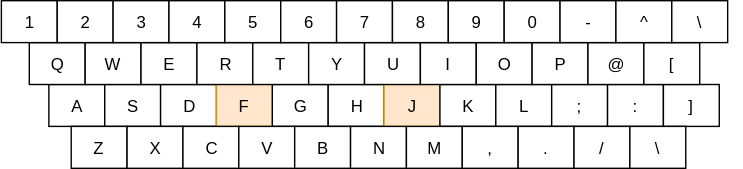
This is layout_image.drawio.svg from funatsufumiya/pc-f-layout, a draw.io export, as it was before one commit. Source tidied: cells renumbered, new cells last; positions are measured from the earlier drawing's top-left corner, leaving out a move shared by most shapes.
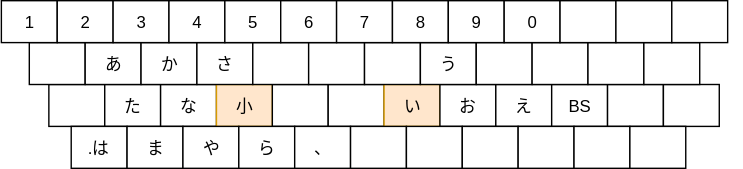
The same diagram one commit later.

The edit, as a diff of the source:
```diff
@@ -2,76 +2,76 @@
   <root>
     <mxCell id="0" />
     <mxCell id="1" parent="0" />
-    <mxCell id="2" value="A" style="rounded=0;whiteSpace=wrap;html=1;" parent="1" vertex="1">
+    <mxCell id="2" style="rounded=0;whiteSpace=wrap;html=1;" parent="1" vertex="1">
       <mxGeometry x="34" y="60" width="40" height="30" as="geometry" />
     </mxCell>
-    <mxCell id="3" value="S" style="rounded=0;whiteSpace=wrap;html=1;" parent="1" vertex="1">
+    <mxCell id="3" value="た" style="rounded=0;whiteSpace=wrap;html=1;" parent="1" vertex="1">
       <mxGeometry x="74" y="60" width="40" height="30" as="geometry" />
     </mxCell>
-    <mxCell id="4" value="D" style="rounded=0;whiteSpace=wrap;html=1;" parent="1" vertex="1">
+    <mxCell id="4" value="な" style="rounded=0;whiteSpace=wrap;html=1;" parent="1" vertex="1">
       <mxGeometry x="114" y="60" width="40" height="30" as="geometry" />
     </mxCell>
-    <mxCell id="5" value="F" style="rounded=0;whiteSpace=wrap;html=1;fillColor=#ffe6cc;strokeColor=#d79b00;" parent="1" vertex="1">
+    <mxCell id="5" value="小" style="rounded=0;whiteSpace=wrap;html=1;fillColor=#ffe6cc;strokeColor=#d79b00;" parent="1" vertex="1">
       <mxGeometry x="154" y="60" width="40" height="30" as="geometry" />
     </mxCell>
-    <mxCell id="6" value="G" style="rounded=0;whiteSpace=wrap;html=1;" parent="1" vertex="1">
+    <mxCell id="6" style="rounded=0;whiteSpace=wrap;html=1;" parent="1" vertex="1">
       <mxGeometry x="194" y="60" width="40" height="30" as="geometry" />
     </mxCell>
-    <mxCell id="7" value="H" style="rounded=0;whiteSpace=wrap;html=1;" parent="1" vertex="1">
+    <mxCell id="7" style="rounded=0;whiteSpace=wrap;html=1;" parent="1" vertex="1">
       <mxGeometry x="234" y="60" width="40" height="30" as="geometry" />
     </mxCell>
-    <mxCell id="8" value="J" style="rounded=0;whiteSpace=wrap;html=1;fillColor=#ffe6cc;strokeColor=#d79b00;" parent="1" vertex="1">
+    <mxCell id="8" value="い" style="rounded=0;whiteSpace=wrap;html=1;fillColor=#ffe6cc;strokeColor=#d79b00;" parent="1" vertex="1">
       <mxGeometry x="274" y="60" width="40" height="30" as="geometry" />
     </mxCell>
-    <mxCell id="9" value="K" style="rounded=0;whiteSpace=wrap;html=1;" parent="1" vertex="1">
+    <mxCell id="9" value="お" style="rounded=0;whiteSpace=wrap;html=1;" parent="1" vertex="1">
       <mxGeometry x="314" y="60" width="40" height="30" as="geometry" />
     </mxCell>
-    <mxCell id="10" value="L" style="rounded=0;whiteSpace=wrap;html=1;" parent="1" vertex="1">
+    <mxCell id="10" value="え" style="rounded=0;whiteSpace=wrap;html=1;" parent="1" vertex="1">
       <mxGeometry x="354" y="60" width="40" height="30" as="geometry" />
     </mxCell>
-    <mxCell id="11" value=";" style="rounded=0;whiteSpace=wrap;html=1;" parent="1" vertex="1">
+    <mxCell id="11" value="BS" style="rounded=0;whiteSpace=wrap;html=1;" parent="1" vertex="1">
       <mxGeometry x="394" y="60" width="40" height="30" as="geometry" />
     </mxCell>
-    <mxCell id="12" value=":" style="rounded=0;whiteSpace=wrap;html=1;" parent="1" vertex="1">
+    <mxCell id="12" style="rounded=0;whiteSpace=wrap;html=1;" parent="1" vertex="1">
       <mxGeometry x="434" y="60" width="40" height="30" as="geometry" />
     </mxCell>
-    <mxCell id="13" value="]" style="rounded=0;whiteSpace=wrap;html=1;" parent="1" vertex="1">
+    <mxCell id="13" style="rounded=0;whiteSpace=wrap;html=1;" parent="1" vertex="1">
       <mxGeometry x="474" y="60" width="40" height="30" as="geometry" />
     </mxCell>
     <mxCell id="14" value="G" style="group;" parent="1" vertex="1">
       <mxGeometry x="50" y="90" width="480" height="30" as="geometry" />
     </mxCell>
-    <mxCell id="15" value="Z" style="rounded=0;whiteSpace=wrap;html=1;" parent="14" vertex="1">
+    <mxCell id="15" value=".は" style="rounded=0;whiteSpace=wrap;html=1;" parent="14" vertex="1">
       <mxGeometry width="40" height="30" as="geometry" />
     </mxCell>
-    <mxCell id="16" value="X" style="rounded=0;whiteSpace=wrap;html=1;" parent="14" vertex="1">
+    <mxCell id="16" value="ま" style="rounded=0;whiteSpace=wrap;html=1;" parent="14" vertex="1">
       <mxGeometry x="40" width="40" height="30" as="geometry" />
     </mxCell>
-    <mxCell id="17" value="C" style="rounded=0;whiteSpace=wrap;html=1;" parent="14" vertex="1">
+    <mxCell id="17" value="や" style="rounded=0;whiteSpace=wrap;html=1;" parent="14" vertex="1">
       <mxGeometry x="80" width="40" height="30" as="geometry" />
     </mxCell>
-    <mxCell id="18" value="V" style="rounded=0;whiteSpace=wrap;html=1;" parent="14" vertex="1">
+    <mxCell id="18" value="ら" style="rounded=0;whiteSpace=wrap;html=1;" parent="14" vertex="1">
       <mxGeometry x="120" width="40" height="30" as="geometry" />
     </mxCell>
-    <mxCell id="19" value="B" style="rounded=0;whiteSpace=wrap;html=1;" parent="14" vertex="1">
+    <mxCell id="19" value="、" style="rounded=0;whiteSpace=wrap;html=1;" parent="14" vertex="1">
       <mxGeometry x="160" width="40" height="30" as="geometry" />
     </mxCell>
-    <mxCell id="20" value="N" style="rounded=0;whiteSpace=wrap;html=1;" parent="14" vertex="1">
+    <mxCell id="20" style="rounded=0;whiteSpace=wrap;html=1;" parent="14" vertex="1">
       <mxGeometry x="200" width="40" height="30" as="geometry" />
     </mxCell>
-    <mxCell id="21" value="M" style="rounded=0;whiteSpace=wrap;html=1;" parent="14" vertex="1">
+    <mxCell id="21" style="rounded=0;whiteSpace=wrap;html=1;" parent="14" vertex="1">
       <mxGeometry x="240" width="40" height="30" as="geometry" />
     </mxCell>
-    <mxCell id="22" value="," style="rounded=0;whiteSpace=wrap;html=1;" parent="14" vertex="1">
+    <mxCell id="22" style="rounded=0;whiteSpace=wrap;html=1;" parent="14" vertex="1">
       <mxGeometry x="280" width="40" height="30" as="geometry" />
     </mxCell>
-    <mxCell id="23" value="." style="rounded=0;whiteSpace=wrap;html=1;" parent="14" vertex="1">
+    <mxCell id="23" style="rounded=0;whiteSpace=wrap;html=1;" parent="14" vertex="1">
       <mxGeometry x="320" width="40" height="30" as="geometry" />
     </mxCell>
-    <mxCell id="24" value="/" style="rounded=0;whiteSpace=wrap;html=1;" parent="14" vertex="1">
+    <mxCell id="24" style="rounded=0;whiteSpace=wrap;html=1;" parent="14" vertex="1">
       <mxGeometry x="360" width="40" height="30" as="geometry" />
     </mxCell>
-    <mxCell id="25" value="\" style="rounded=0;whiteSpace=wrap;html=1;" parent="14" vertex="1">
+    <mxCell id="25" style="rounded=0;whiteSpace=wrap;html=1;" parent="14" vertex="1">
       <mxGeometry x="400" width="40" height="30" as="geometry" />
     </mxCell>
     <mxCell id="26" style="group;" parent="1" vertex="1">
@@ -80,40 +80,40 @@
     <mxCell id="27" style="group;" parent="26" vertex="1">
       <mxGeometry width="480" height="30" as="geometry" />
     </mxCell>
-    <mxCell id="28" value="Q" style="rounded=0;whiteSpace=wrap;html=1;" parent="27" vertex="1">
+    <mxCell id="28" style="rounded=0;whiteSpace=wrap;html=1;" parent="27" vertex="1">
       <mxGeometry width="40" height="30" as="geometry" />
     </mxCell>
-    <mxCell id="29" value="W" style="rounded=0;whiteSpace=wrap;html=1;" parent="27" vertex="1">
+    <mxCell id="29" value="あ" style="rounded=0;whiteSpace=wrap;html=1;" parent="27" vertex="1">
       <mxGeometry x="40" width="40" height="30" as="geometry" />
     </mxCell>
-    <mxCell id="30" value="E" style="rounded=0;whiteSpace=wrap;html=1;" parent="27" vertex="1">
+    <mxCell id="30" value="か" style="rounded=0;whiteSpace=wrap;html=1;" parent="27" vertex="1">
       <mxGeometry x="80" width="40" height="30" as="geometry" />
     </mxCell>
-    <mxCell id="31" value="R" style="rounded=0;whiteSpace=wrap;html=1;" parent="27" vertex="1">
+    <mxCell id="31" value="さ" style="rounded=0;whiteSpace=wrap;html=1;" parent="27" vertex="1">
       <mxGeometry x="120" width="40" height="30" as="geometry" />
     </mxCell>
-    <mxCell id="32" value="T" style="rounded=0;whiteSpace=wrap;html=1;" parent="27" vertex="1">
+    <mxCell id="32" style="rounded=0;whiteSpace=wrap;html=1;" parent="27" vertex="1">
       <mxGeometry x="160" width="40" height="30" as="geometry" />
     </mxCell>
-    <mxCell id="33" value="Y" style="rounded=0;whiteSpace=wrap;html=1;" parent="27" vertex="1">
+    <mxCell id="33" style="rounded=0;whiteSpace=wrap;html=1;" parent="27" vertex="1">
       <mxGeometry x="200" width="40" height="30" as="geometry" />
     </mxCell>
-    <mxCell id="34" value="U" style="rounded=0;whiteSpace=wrap;html=1;" parent="27" vertex="1">
+    <mxCell id="34" style="rounded=0;whiteSpace=wrap;html=1;" parent="27" vertex="1">
       <mxGeometry x="240" width="40" height="30" as="geometry" />
     </mxCell>
-    <mxCell id="35" value="I" style="rounded=0;whiteSpace=wrap;html=1;" parent="27" vertex="1">
+    <mxCell id="35" value="う" style="rounded=0;whiteSpace=wrap;html=1;" parent="27" vertex="1">
       <mxGeometry x="280" width="40" height="30" as="geometry" />
     </mxCell>
-    <mxCell id="36" value="O" style="rounded=0;whiteSpace=wrap;html=1;" parent="27" vertex="1">
+    <mxCell id="36" style="rounded=0;whiteSpace=wrap;html=1;" parent="27" vertex="1">
       <mxGeometry x="320" width="40" height="30" as="geometry" />
     </mxCell>
-    <mxCell id="37" value="P" style="rounded=0;whiteSpace=wrap;html=1;" parent="27" vertex="1">
+    <mxCell id="37" style="rounded=0;whiteSpace=wrap;html=1;" parent="27" vertex="1">
       <mxGeometry x="360" width="40" height="30" as="geometry" />
     </mxCell>
-    <mxCell id="38" value="@" style="rounded=0;whiteSpace=wrap;html=1;" parent="27" vertex="1">
+    <mxCell id="38" style="rounded=0;whiteSpace=wrap;html=1;" parent="27" vertex="1">
       <mxGeometry x="400" width="40" height="30" as="geometry" />
     </mxCell>
-    <mxCell id="39" value="[" style="rounded=0;whiteSpace=wrap;html=1;" parent="27" vertex="1">
+    <mxCell id="39" style="rounded=0;whiteSpace=wrap;html=1;" parent="27" vertex="1">
       <mxGeometry x="440" width="40" height="30" as="geometry" />
     </mxCell>
     <mxCell id="40" style="group;" parent="1" vertex="1">
@@ -152,13 +152,13 @@
     <mxCell id="51" value="0" style="rounded=0;whiteSpace=wrap;html=1;" parent="41" vertex="1">
       <mxGeometry x="360" width="40" height="30" as="geometry" />
     </mxCell>
-    <mxCell id="52" value="-" style="rounded=0;whiteSpace=wrap;html=1;" parent="41" vertex="1">
+    <mxCell id="52" style="rounded=0;whiteSpace=wrap;html=1;" parent="41" vertex="1">
       <mxGeometry x="400" width="40" height="30" as="geometry" />
     </mxCell>
-    <mxCell id="53" value="^" style="rounded=0;whiteSpace=wrap;html=1;" parent="41" vertex="1">
+    <mxCell id="53" style="rounded=0;whiteSpace=wrap;html=1;" parent="41" vertex="1">
       <mxGeometry x="440" width="40" height="30" as="geometry" />
     </mxCell>
-    <mxCell id="54" value="\" style="rounded=0;whiteSpace=wrap;html=1;" parent="1" vertex="1">
+    <mxCell id="54" style="rounded=0;whiteSpace=wrap;html=1;" parent="1" vertex="1">
       <mxGeometry x="480" width="40" height="30" as="geometry" />
     </mxCell>
   </root>
```
